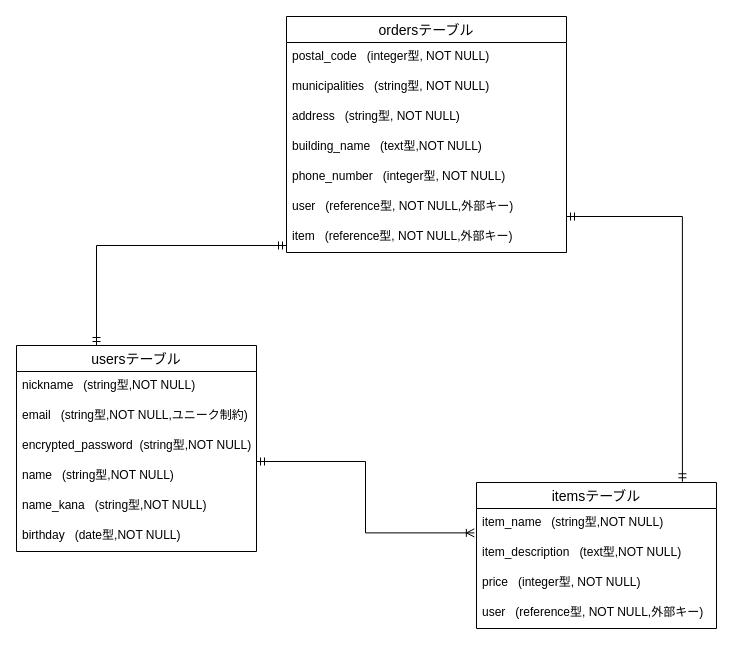
ryo1374/furima-36474 keeps this draw.io diagram as furima36474.dio. Above is the earlier version. Source tidied: cells renumbered, new cells numbered last; positions are measured from the earlier drawing's top-left corner, leaving out a move shared by most shapes. Both pictures are drawn from the tidied source at 100%, with x=0, y=0 at pixel (16, 16).
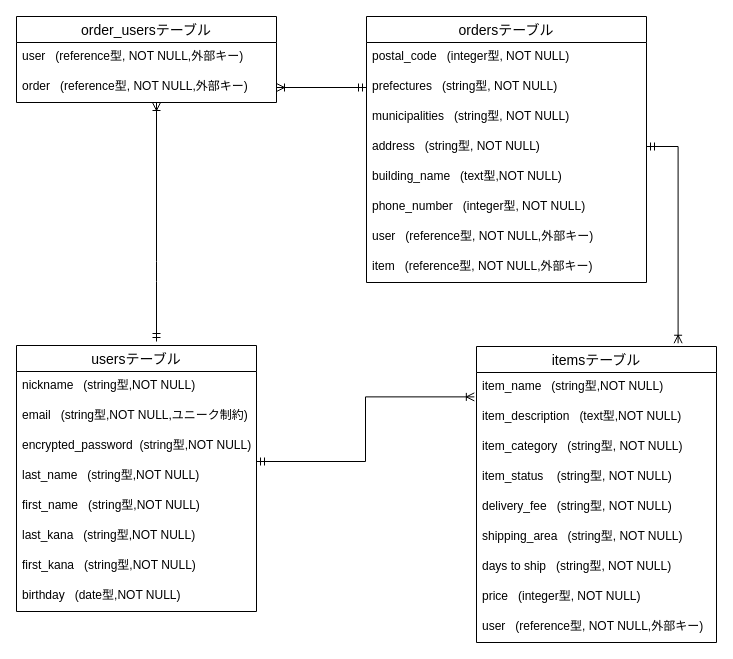
Above is the later version.

Change to the diagram source:
```diff
@@
     <mxCell id="2" value="usersテーブル" style="swimlane;fontStyle=0;horizontal=1;startSize=26;align=center;fontSize=14;" parent="1" vertex="1">
-      <mxGeometry y="329" width="240" height="206" as="geometry" />
+      <mxGeometry y="329" width="240" height="266" as="geometry" />
     </mxCell>
@@
-    <mxCell id="6" value="name   (string型,NOT NULL)" style="text;strokeColor=none;fillColor=none;spacingLeft=4;spacingRight=4;overflow=hidden;fontSize=12;" parent="2" vertex="1">
+    <mxCell id="6" value="last_name   (string型,NOT NULL)" style="text;strokeColor=none;fillColor=none;spacingLeft=4;spacingRight=4;overflow=hidden;fontSize=12;" parent="2" vertex="1">
       <mxGeometry y="116" width="240" height="30" as="geometry" />
     </mxCell>
-    <mxCell id="7" value="name_kana   (string型,NOT NULL)" style="text;strokeColor=none;fillColor=none;spacingLeft=4;spacingRight=4;overflow=hidden;fontSize=12;" parent="2" vertex="1">
-      <mxGeometry y="146" width="240" height="30" as="geometry" />
-    </mxCell>
+    <mxCell id="25" value="first_name   (string型,NOT NULL)" style="text;strokeColor=none;fillColor=none;spacingLeft=4;spacingRight=4;overflow=hidden;fontSize=12;" parent="2" vertex="1">
+      <mxGeometry y="146" width="240" height="30" as="geometry" />
+    </mxCell>
+    <mxCell id="26" value="last_kana   (string型,NOT NULL)" style="text;strokeColor=none;fillColor=none;spacingLeft=4;spacingRight=4;overflow=hidden;fontSize=12;" parent="2" vertex="1">
+      <mxGeometry y="176" width="240" height="30" as="geometry" />
+    </mxCell>
+    <mxCell id="27" value="first_kana   (string型,NOT NULL)" style="text;strokeColor=none;fillColor=none;spacingLeft=4;spacingRight=4;overflow=hidden;fontSize=12;" parent="2" vertex="1">
+      <mxGeometry y="206" width="240" height="30" as="geometry" />
+    </mxCell>
     <mxCell id="8" value="birthday   (date型,NOT NULL)" style="text;strokeColor=none;fillColor=none;spacingLeft=4;spacingRight=4;overflow=hidden;fontSize=12;" parent="2" vertex="1">
-      <mxGeometry y="176" width="240" height="30" as="geometry" />
+      <mxGeometry y="236" width="240" height="30" as="geometry" />
     </mxCell>
     <mxCell id="9" value="itemsテーブル" style="swimlane;fontStyle=0;horizontal=1;startSize=26;align=center;fontSize=14;" parent="1" vertex="1">
-      <mxGeometry x="460" y="466" width="240" height="146" as="geometry" />
+      <mxGeometry x="460" y="330" width="240" height="296" as="geometry" />
     </mxCell>
@@
+    <mxCell id="28" value="item_category   (string型, NOT NULL)" style="text;strokeColor=none;fillColor=none;spacingLeft=4;spacingRight=4;overflow=hidden;fontSize=12;" parent="9" vertex="1">
+      <mxGeometry y="86" width="240" height="30" as="geometry" />
+    </mxCell>
+    <mxCell id="29" value="item_status    (string型, NOT NULL)" style="text;strokeColor=none;fillColor=none;spacingLeft=4;spacingRight=4;overflow=hidden;fontSize=12;" parent="9" vertex="1">
+      <mxGeometry y="116" width="240" height="30" as="geometry" />
+    </mxCell>
+    <mxCell id="30" value="delivery_fee   (string型, NOT NULL)" style="text;strokeColor=none;fillColor=none;spacingLeft=4;spacingRight=4;overflow=hidden;fontSize=12;" parent="9" vertex="1">
+      <mxGeometry y="146" width="240" height="30" as="geometry" />
+    </mxCell>
+    <mxCell id="31" value="shipping_area   (string型, NOT NULL)" style="text;strokeColor=none;fillColor=none;spacingLeft=4;spacingRight=4;overflow=hidden;fontSize=12;" parent="9" vertex="1">
+      <mxGeometry y="176" width="240" height="30" as="geometry" />
+    </mxCell>
+    <mxCell id="32" value="days to ship   (string型, NOT NULL)" style="text;strokeColor=none;fillColor=none;spacingLeft=4;spacingRight=4;overflow=hidden;fontSize=12;" parent="9" vertex="1">
+      <mxGeometry y="206" width="240" height="30" as="geometry" />
+    </mxCell>
     <mxCell id="12" value="price   (integer型, NOT NULL)" style="text;strokeColor=none;fillColor=none;spacingLeft=4;spacingRight=4;overflow=hidden;fontSize=12;" parent="9" vertex="1">
-      <mxGeometry y="86" width="240" height="30" as="geometry" />
+      <mxGeometry y="236" width="240" height="30" as="geometry" />
     </mxCell>
     <mxCell id="13" value="user   (reference型, NOT NULL,外部キー)" style="text;strokeColor=none;fillColor=none;spacingLeft=4;spacingRight=4;overflow=hidden;fontSize=12;" parent="9" vertex="1">
-      <mxGeometry y="116" width="240" height="30" as="geometry" />
+      <mxGeometry y="266" width="240" height="30" as="geometry" />
     </mxCell>
     <mxCell id="14" value="ordersテーブル" style="swimlane;fontStyle=0;horizontal=1;startSize=26;align=center;fontSize=14;" parent="1" vertex="1">
-      <mxGeometry x="270" width="280" height="236" as="geometry" />
+      <mxGeometry x="350" width="280" height="266" as="geometry" />
     </mxCell>
@@
+    <mxCell id="33" value="prefectures   (string型, NOT NULL)" style="text;strokeColor=none;fillColor=none;spacingLeft=4;spacingRight=4;overflow=hidden;points=[[0,0.5],[1,0.5]];portConstraint=eastwest;fontSize=12;" parent="14" vertex="1">
+      <mxGeometry y="56" width="280" height="30" as="geometry" />
+    </mxCell>
     <mxCell id="16" value="municipalities   (string型, NOT NULL)" style="text;strokeColor=none;fillColor=none;spacingLeft=4;spacingRight=4;overflow=hidden;fontSize=12;" parent="14" vertex="1">
-      <mxGeometry y="56" width="280" height="30" as="geometry" />
+      <mxGeometry y="86" width="280" height="30" as="geometry" />
     </mxCell>
     <mxCell id="17" value="address   (string型, NOT NULL)" style="text;strokeColor=none;fillColor=none;spacingLeft=4;spacingRight=4;overflow=hidden;fontSize=12;" parent="14" vertex="1">
-      <mxGeometry y="86" width="280" height="30" as="geometry" />
+      <mxGeometry y="116" width="280" height="30" as="geometry" />
     </mxCell>
     <mxCell id="18" value="building_name   (text型,NOT NULL)" style="text;strokeColor=none;fillColor=none;spacingLeft=4;spacingRight=4;overflow=hidden;fontSize=12;" parent="14" vertex="1">
-      <mxGeometry y="116" width="280" height="30" as="geometry" />
+      <mxGeometry y="146" width="280" height="30" as="geometry" />
     </mxCell>
     <mxCell id="19" value="phone_number   (integer型, NOT NULL)" style="text;strokeColor=none;fillColor=none;spacingLeft=4;spacingRight=4;overflow=hidden;fontSize=12;" parent="14" vertex="1">
-      <mxGeometry y="146" width="280" height="30" as="geometry" />
+      <mxGeometry y="176" width="280" height="30" as="geometry" />
     </mxCell>
     <mxCell id="20" value="user   (reference型, NOT NULL,外部キー)" style="text;strokeColor=none;fillColor=none;spacingLeft=4;spacingRight=4;overflow=hidden;fontSize=12;" parent="14" vertex="1">
-      <mxGeometry y="176" width="280" height="30" as="geometry" />
+      <mxGeometry y="206" width="280" height="30" as="geometry" />
     </mxCell>
     <mxCell id="21" value="item   (reference型, NOT NULL,外部キー)" style="text;strokeColor=none;fillColor=none;spacingLeft=4;spacingRight=4;overflow=hidden;fontSize=12;" parent="14" vertex="1">
-      <mxGeometry y="206" width="280" height="30" as="geometry" />
+      <mxGeometry y="236" width="280" height="30" as="geometry" />
     </mxCell>
-    <mxCell id="22" style="edgeStyle=orthogonalEdgeStyle;fontSize=12;html=1;endArrow=ERmandOne;startArrow=ERmandOne;entryX=0.858;entryY=-0.005;entryDx=0;entryDy=0;entryPerimeter=0;rounded=0;" parent="1" edge="1" target="9">
-      <mxGeometry relative="1" as="geometry">
-        <mxPoint x="550" y="200" as="sourcePoint" />
-        <Array as="points">
-          <mxPoint x="666" y="200" />
-        </Array>
-      </mxGeometry>
-    </mxCell>
-    <mxCell id="23" style="edgeStyle=orthogonalEdgeStyle;fontSize=12;html=1;endArrow=ERmandOne;startArrow=ERmandOne;rounded=0;" parent="1" edge="1">
-      <mxGeometry relative="1" as="geometry">
-        <mxPoint x="80" y="329" as="sourcePoint" />
-        <mxPoint x="270" y="229" as="targetPoint" />
-        <Array as="points">
-          <mxPoint x="80" y="229" />
-        </Array>
-      </mxGeometry>
-    </mxCell>
@@
+    <mxCell id="34" value="order_usersテーブル" style="swimlane;fontStyle=0;horizontal=1;startSize=26;align=center;fontSize=14;" parent="1" vertex="1">
+      <mxGeometry width="260" height="86" as="geometry" />
+    </mxCell>
+    <mxCell id="35" value="user   (reference型, NOT NULL,外部キー)" style="text;strokeColor=none;fillColor=none;spacingLeft=4;spacingRight=4;overflow=hidden;fontSize=12;" parent="34" vertex="1">
+      <mxGeometry y="26" width="260" height="30" as="geometry" />
+    </mxCell>
+    <mxCell id="36" value="order   (reference型, NOT NULL,外部キー)" style="text;strokeColor=none;fillColor=none;spacingLeft=4;spacingRight=4;overflow=hidden;points=[[0,0.5],[1,0.5]];portConstraint=eastwest;fontSize=12;" parent="34" vertex="1">
+      <mxGeometry y="56" width="260" height="30" as="geometry" />
+    </mxCell>
+    <mxCell id="37" style="edgeStyle=elbowEdgeStyle;fontSize=12;html=1;endArrow=ERoneToMany;startArrow=ERmandOne;" parent="1" edge="1">
+      <mxGeometry relative="1" as="geometry">
+        <mxPoint x="140" y="325" as="sourcePoint" />
+        <mxPoint x="140" y="86" as="targetPoint" />
+        <Array as="points">
+          <mxPoint x="140" y="255" />
+        </Array>
+      </mxGeometry>
+    </mxCell>
+    <mxCell id="38" style="edgeStyle=orthogonalEdgeStyle;fontSize=12;html=1;endArrow=ERoneToMany;startArrow=ERmandOne;entryX=1;entryY=0.5;entryDx=0;entryDy=0;exitX=0;exitY=0.5;exitDx=0;exitDy=0;" parent="1" edge="1" source="33" target="36">
+      <mxGeometry relative="1" as="geometry" />
+    </mxCell>
+    <mxCell id="39" style="edgeStyle=elbowEdgeStyle;fontSize=12;html=1;endArrow=ERoneToMany;startArrow=ERmandOne;elbow=vertical;entryX=0.84;entryY=-0.011;entryDx=0;entryDy=0;entryPerimeter=0;rounded=0;" parent="1" edge="1" target="9">
+      <mxGeometry relative="1" as="geometry">
+        <mxPoint x="630" y="130" as="sourcePoint" />
+        <Array as="points">
+          <mxPoint x="700" y="130" />
+        </Array>
+      </mxGeometry>
+    </mxCell>
```
